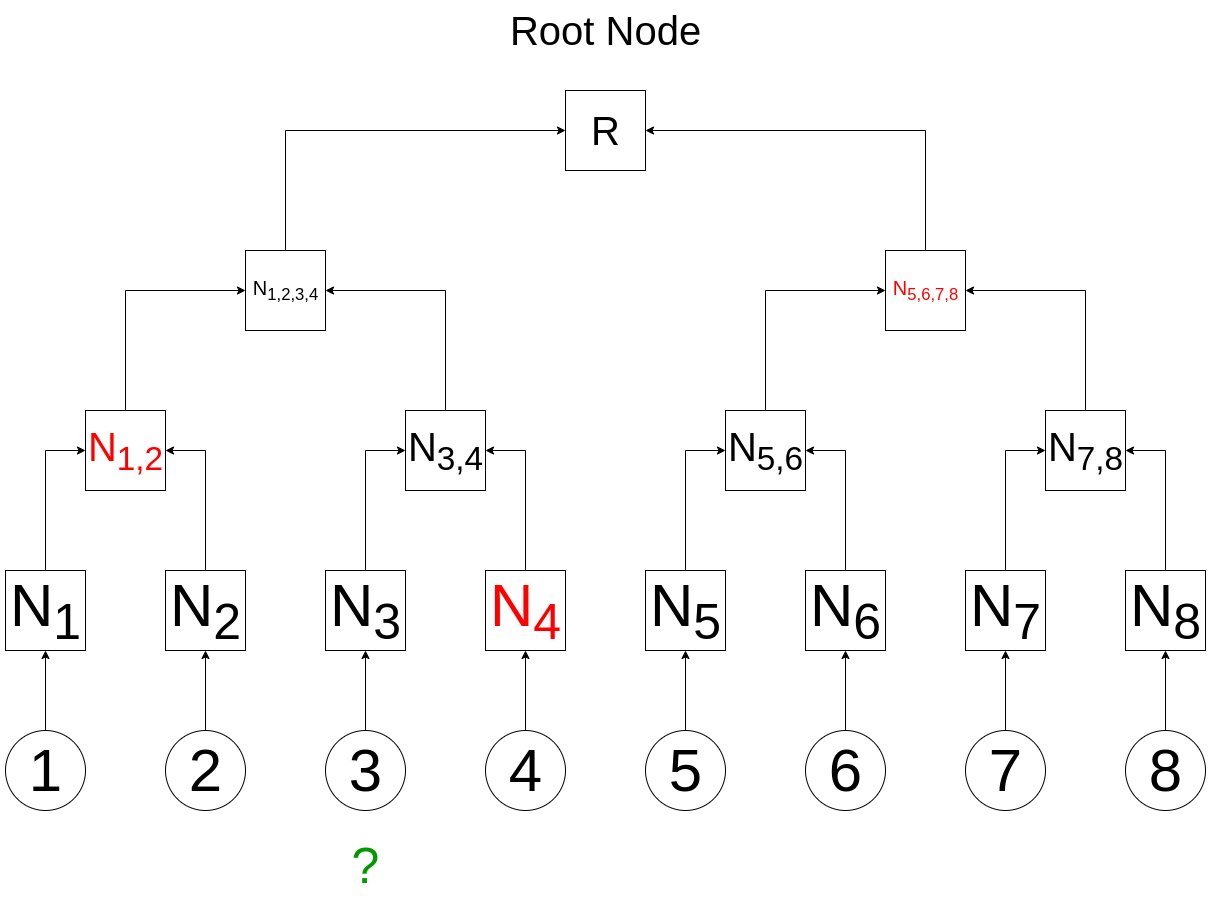
The draw.io diagram images/mt_6.png in QPetabyte/Merkle_Trees, before a commit. Source tidied: cells renumbered, new cells last; positions are measured from the earlier drawing's top-left corner, leaving out a move shared by most shapes.
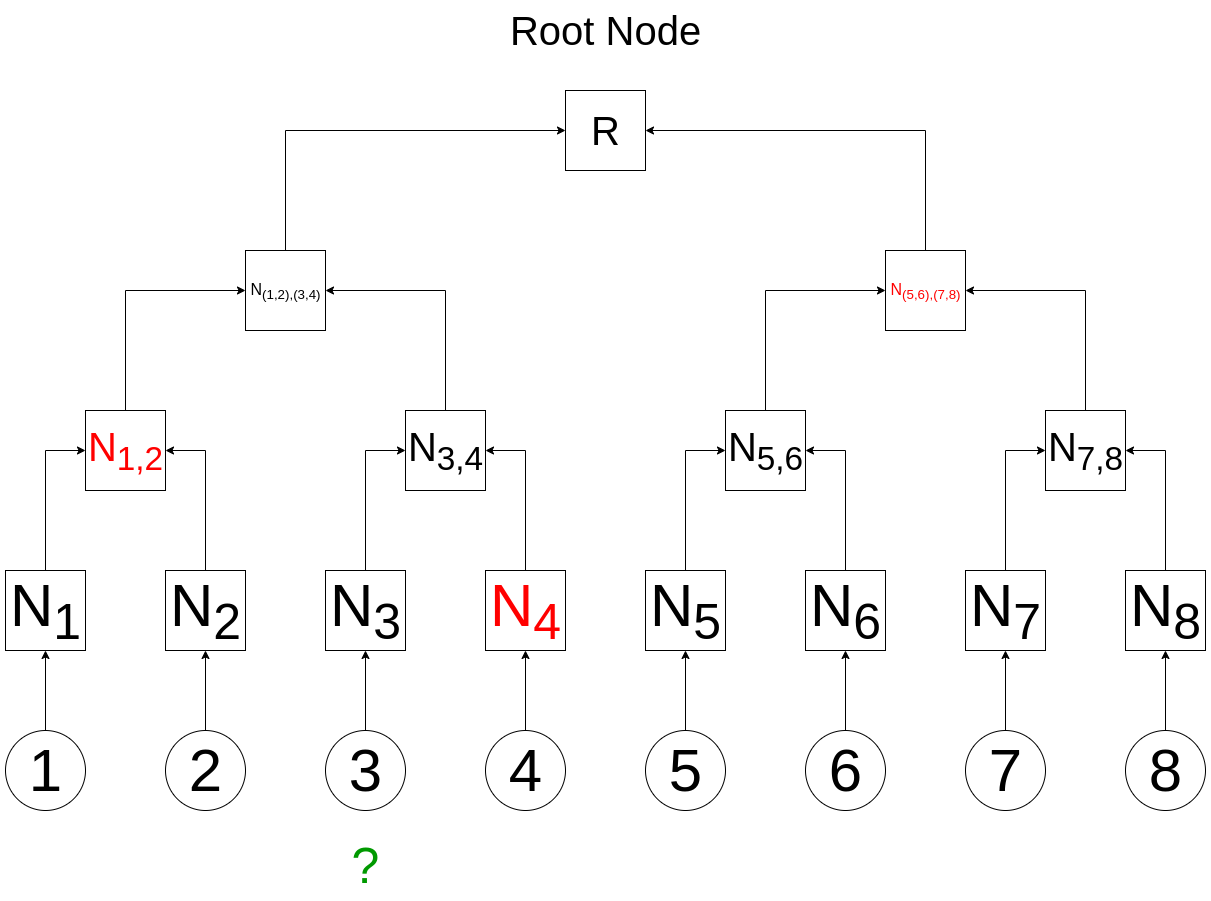
Above is the later version.

Diff of the diagram source:
```diff
@@ -197,10 +197,10 @@
     <mxCell id="66" style="whiteSpace=wrap;html=1;fontSize=20;" parent="1" vertex="1">
       <mxGeometry x="565" y="90" width="80" height="80" as="geometry" />
     </mxCell>
-    <mxCell id="67" value="&lt;font style=&quot;font-size: 20px;&quot;&gt;N&lt;sub&gt;1,2,3,4&lt;/sub&gt;&lt;/font&gt;" style="text;html=1;align=center;verticalAlign=middle;fillColor=none;strokeColor=none;rounded=0;fontSize=40;" parent="1" vertex="1">
+    <mxCell id="67" value="&lt;font style=&quot;font-size: 16px;&quot;&gt;N&lt;sub&gt;(1,2),(3,4)&lt;/sub&gt;&lt;/font&gt;" style="text;html=1;align=center;verticalAlign=middle;fillColor=none;strokeColor=none;rounded=0;fontSize=40;" parent="1" vertex="1">
       <mxGeometry x="240" y="250" width="90" height="60" as="geometry" />
     </mxCell>
-    <mxCell id="68" value="&lt;font style=&quot;font-size: 20px;&quot;&gt;N&lt;sub&gt;5,6,7,8&lt;/sub&gt;&lt;/font&gt;" style="text;html=1;align=center;verticalAlign=middle;fillColor=none;strokeColor=none;rounded=0;fontSize=40;fontColor=#FF0000;" parent="1" vertex="1">
+    <mxCell id="68" value="&lt;font style=&quot;font-size: 16px;&quot;&gt;N&lt;sub&gt;(5,6),(7,8)&lt;/sub&gt;&lt;/font&gt;" style="text;html=1;align=center;verticalAlign=middle;fillColor=none;strokeColor=none;rounded=0;fontSize=40;fontColor=#FF0000;" parent="1" vertex="1">
       <mxGeometry x="880" y="250" width="90" height="60" as="geometry" />
     </mxCell>
     <mxCell id="69" value="&lt;font style=&quot;font-size: 40px;&quot;&gt;Root Node&lt;/font&gt;" style="text;html=1;align=center;verticalAlign=middle;fillColor=none;strokeColor=none;rounded=0;fontSize=20;" parent="1" vertex="1">
```
